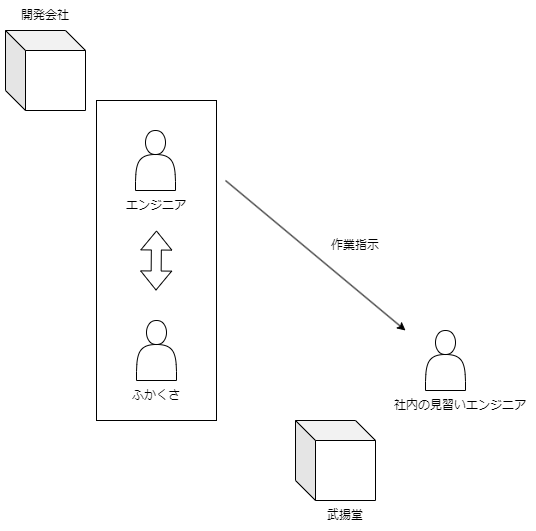
Above: 提案概要.drawio.png in buyodo/webgis-doc (draw.io), before the change. Source tidied: cells renumbered, new cells last; positions are measured from the earlier drawing's top-left corner, leaving out a move shared by most shapes.
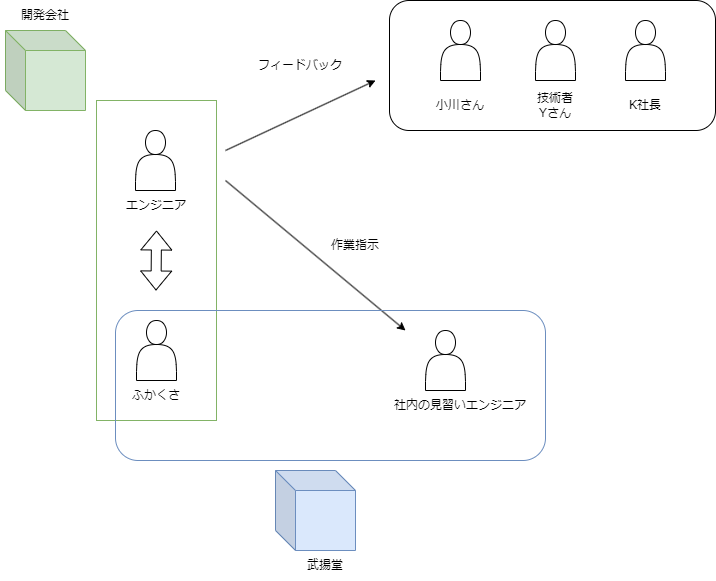
After the change.

Commit message:
提案概要.drawio.png を更新します

What changed in the source:
```diff
@@ -2,7 +2,7 @@
   <root>
     <mxCell id="0" />
     <mxCell id="1" parent="0" />
-    <mxCell id="2" style="rounded=0;whiteSpace=wrap;html=1;fillColor=none;" parent="1" vertex="1">
+    <mxCell id="2" style="rounded=0;whiteSpace=wrap;html=1;fillColor=none;strokeColor=#82b366;" parent="1" vertex="1">
       <mxGeometry x="96" y="100" width="120" height="320" as="geometry" />
     </mxCell>
     <mxCell id="3" style="shape=actor;whiteSpace=wrap;html=1;" parent="1" vertex="1">
@@ -23,14 +23,14 @@
         <mxPoint x="156" y="230" as="targetPoint" />
       </mxGeometry>
     </mxCell>
-    <mxCell id="8" style="shape=cube;whiteSpace=wrap;html=1;boundedLbl=1;backgroundOutline=1;darkOpacity=0.05;darkOpacity2=0.1;fillColor=none;size=20;" parent="1" vertex="1">
+    <mxCell id="8" style="shape=cube;whiteSpace=wrap;html=1;boundedLbl=1;backgroundOutline=1;darkOpacity=0.05;darkOpacity2=0.1;fillColor=#d5e8d4;size=20;strokeColor=#82b366;" parent="1" vertex="1">
       <mxGeometry x="5" y="30" width="80" height="80" as="geometry" />
     </mxCell>
-    <mxCell id="9" style="shape=cube;whiteSpace=wrap;html=1;boundedLbl=1;backgroundOutline=1;darkOpacity=0.05;darkOpacity2=0.1;fillColor=none;size=20;" parent="1" vertex="1">
-      <mxGeometry x="295" y="420" width="80" height="80" as="geometry" />
+    <mxCell id="9" style="shape=cube;whiteSpace=wrap;html=1;boundedLbl=1;backgroundOutline=1;darkOpacity=0.05;darkOpacity2=0.1;fillColor=#dae8fc;size=20;strokeColor=#6c8ebf;" parent="1" vertex="1">
+      <mxGeometry x="275" y="470" width="80" height="80" as="geometry" />
     </mxCell>
     <mxCell id="10" value="武揚堂" style="text;html=1;strokeColor=none;fillColor=none;align=center;verticalAlign=middle;whiteSpace=wrap;rounded=0;" parent="1" vertex="1">
-      <mxGeometry x="315" y="500" width="60" height="30" as="geometry" />
+      <mxGeometry x="295" y="550" width="60" height="30" as="geometry" />
     </mxCell>
     <mxCell id="11" value="開発会社" style="text;html=1;strokeColor=none;fillColor=none;align=center;verticalAlign=middle;whiteSpace=wrap;rounded=0;" parent="1" vertex="1">
       <mxGeometry width="90" height="30" as="geometry" />
@@ -50,5 +50,38 @@
     <mxCell id="15" value="作業指示" style="text;html=1;strokeColor=none;fillColor=none;align=center;verticalAlign=middle;whiteSpace=wrap;rounded=0;" parent="1" vertex="1">
       <mxGeometry x="325" y="230" width="60" height="30" as="geometry" />
     </mxCell>
+    <mxCell id="16" style="endArrow=classic;html=1;rounded=0;" parent="1" edge="1">
+      <mxGeometry relative="1" as="geometry">
+        <mxPoint x="225" y="150" as="sourcePoint" />
+        <mxPoint x="375" y="80" as="targetPoint" />
+      </mxGeometry>
+    </mxCell>
+    <mxCell id="17" style="shape=actor;whiteSpace=wrap;html=1;" parent="1" vertex="1">
+      <mxGeometry x="440" y="20" width="40" height="60" as="geometry" />
+    </mxCell>
+    <mxCell id="18" style="shape=actor;whiteSpace=wrap;html=1;" parent="1" vertex="1">
+      <mxGeometry x="535" y="20" width="40" height="60" as="geometry" />
+    </mxCell>
+    <mxCell id="19" style="shape=actor;whiteSpace=wrap;html=1;" parent="1" vertex="1">
+      <mxGeometry x="625" y="20" width="40" height="60" as="geometry" />
+    </mxCell>
+    <mxCell id="20" style="rounded=1;whiteSpace=wrap;html=1;fillColor=none;strokeColor=#6c8ebf;" parent="1" vertex="1">
+      <mxGeometry x="115" y="310" width="430" height="150" as="geometry" />
+    </mxCell>
+    <mxCell id="21" value="フィードバック" style="text;html=1;strokeColor=none;fillColor=none;align=center;verticalAlign=middle;whiteSpace=wrap;rounded=0;" parent="1" vertex="1">
+      <mxGeometry x="255" y="50" width="90" height="30" as="geometry" />
+    </mxCell>
+    <mxCell id="22" style="rounded=1;whiteSpace=wrap;html=1;fillColor=none;" parent="1" vertex="1">
+      <mxGeometry x="389" width="326" height="130" as="geometry" />
+    </mxCell>
+    <mxCell id="23" value="小川さん" style="text;html=1;strokeColor=none;fillColor=none;align=center;verticalAlign=middle;whiteSpace=wrap;rounded=0;" parent="1" vertex="1">
+      <mxGeometry x="430" y="90" width="60" height="30" as="geometry" />
+    </mxCell>
+    <mxCell id="24" value="技術者&lt;br&gt;Yさん" style="text;html=1;strokeColor=none;fillColor=none;align=center;verticalAlign=middle;whiteSpace=wrap;rounded=0;" parent="1" vertex="1">
+      <mxGeometry x="525" y="90" width="60" height="30" as="geometry" />
+    </mxCell>
+    <mxCell id="25" value="K社長" style="text;html=1;strokeColor=none;fillColor=none;align=center;verticalAlign=middle;whiteSpace=wrap;rounded=0;" parent="1" vertex="1">
+      <mxGeometry x="615" y="90" width="60" height="30" as="geometry" />
+    </mxCell>
   </root>
 </mxGraphModel>
```
